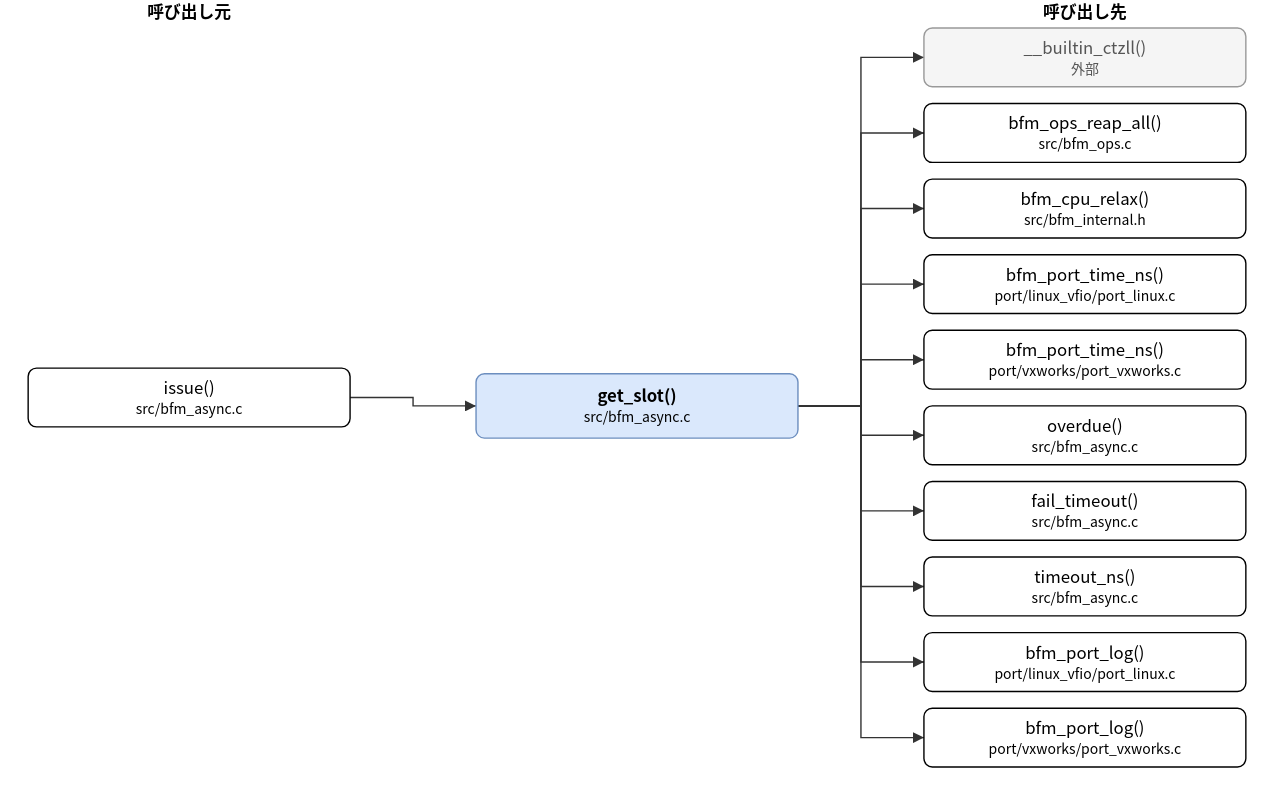
Earlier version of the draw.io export doc/spec/images/call_src_bfm_async-get_slot.drawio.svg (hf355051012-ai/bfmem). Source tidied: cells renumbered, new cells last; positions are measured from the earlier drawing's top-left corner, leaving out a move shared by most shapes. Source of this version:
```xml
<mxGraphModel>
  <root>
    <mxCell id="0" />
    <mxCell id="1" parent="0" />
    <mxCell id="2" value="get_slot()&lt;br&gt;&lt;font style=&quot;font-size:10px&quot;&gt;src/bfm_async.c&lt;/font&gt;" style="rounded=1;whiteSpace=wrap;html=1;fillColor=#dae8fc;strokeColor=#6c8ebf;fontStyle=1;" parent="1" vertex="1">
      <mxGeometry x="320" y="267" width="230" height="46" as="geometry" />
    </mxCell>
    <mxCell id="3" value="issue()&lt;br&gt;&lt;font style=&quot;font-size:10px&quot;&gt;src/bfm_async.c&lt;/font&gt;" style="rounded=1;whiteSpace=wrap;html=1;" parent="1" vertex="1">
      <mxGeometry y="263" width="230" height="42" as="geometry" />
    </mxCell>
    <mxCell id="4" value="__builtin_ctzll()&lt;br&gt;&lt;font style=&quot;font-size:10px&quot;&gt;外部&lt;/font&gt;" style="rounded=1;whiteSpace=wrap;html=1;fillColor=#f5f5f5;strokeColor=#999999;fontColor=#555555;" parent="1" vertex="1">
      <mxGeometry x="640" y="20" width="230" height="42" as="geometry" />
    </mxCell>
    <mxCell id="5" value="bfm_ops_reap_all()&lt;br&gt;&lt;font style=&quot;font-size:10px&quot;&gt;src/bfm_ops.c&lt;/font&gt;" style="rounded=1;whiteSpace=wrap;html=1;" parent="1" vertex="1">
      <mxGeometry x="640" y="74" width="230" height="42" as="geometry" />
    </mxCell>
    <mxCell id="6" value="bfm_cpu_relax()&lt;br&gt;&lt;font style=&quot;font-size:10px&quot;&gt;src/bfm_internal.h&lt;/font&gt;" style="rounded=1;whiteSpace=wrap;html=1;" parent="1" vertex="1">
      <mxGeometry x="640" y="128" width="230" height="42" as="geometry" />
    </mxCell>
    <mxCell id="7" value="bfm_port_time_ns()&lt;br&gt;&lt;font style=&quot;font-size:10px&quot;&gt;port/linux_vfio/port_linux.c&lt;/font&gt;" style="rounded=1;whiteSpace=wrap;html=1;" parent="1" vertex="1">
      <mxGeometry x="640" y="182" width="230" height="42" as="geometry" />
    </mxCell>
    <mxCell id="8" value="bfm_port_time_ns()&lt;br&gt;&lt;font style=&quot;font-size:10px&quot;&gt;port/vxworks/port_vxworks.c&lt;/font&gt;" style="rounded=1;whiteSpace=wrap;html=1;" parent="1" vertex="1">
      <mxGeometry x="640" y="236" width="230" height="42" as="geometry" />
    </mxCell>
    <mxCell id="9" value="overdue()&lt;br&gt;&lt;font style=&quot;font-size:10px&quot;&gt;src/bfm_async.c&lt;/font&gt;" style="rounded=1;whiteSpace=wrap;html=1;" parent="1" vertex="1">
      <mxGeometry x="640" y="290" width="230" height="42" as="geometry" />
    </mxCell>
    <mxCell id="10" value="fail_timeout()&lt;br&gt;&lt;font style=&quot;font-size:10px&quot;&gt;src/bfm_async.c&lt;/font&gt;" style="rounded=1;whiteSpace=wrap;html=1;" parent="1" vertex="1">
      <mxGeometry x="640" y="344" width="230" height="42" as="geometry" />
    </mxCell>
    <mxCell id="11" value="timeout_ns()&lt;br&gt;&lt;font style=&quot;font-size:10px&quot;&gt;src/bfm_async.c&lt;/font&gt;" style="rounded=1;whiteSpace=wrap;html=1;" parent="1" vertex="1">
      <mxGeometry x="640" y="398" width="230" height="42" as="geometry" />
    </mxCell>
    <mxCell id="12" value="bfm_port_log()&lt;br&gt;&lt;font style=&quot;font-size:10px&quot;&gt;port/linux_vfio/port_linux.c&lt;/font&gt;" style="rounded=1;whiteSpace=wrap;html=1;" parent="1" vertex="1">
      <mxGeometry x="640" y="452" width="230" height="42" as="geometry" />
    </mxCell>
    <mxCell id="13" value="bfm_port_log()&lt;br&gt;&lt;font style=&quot;font-size:10px&quot;&gt;port/vxworks/port_vxworks.c&lt;/font&gt;" style="rounded=1;whiteSpace=wrap;html=1;" parent="1" vertex="1">
      <mxGeometry x="640" y="506" width="230" height="42" as="geometry" />
    </mxCell>
    <mxCell id="14" style="edgeStyle=none;html=1;rounded=0;endArrow=block;endFill=1;exitX=1.0000;exitY=0.5000;exitDx=0;exitDy=0;exitPerimeter=0;entryX=0.0000;entryY=0.5000;entryDx=0;entryDy=0;entryPerimeter=0;" parent="1" edge="1" source="3" target="2">
      <mxGeometry relative="1" as="geometry">
        <Array as="points">
          <mxPoint x="275" y="284" />
          <mxPoint x="275" y="290" />
        </Array>
      </mxGeometry>
    </mxCell>
    <mxCell id="15" style="edgeStyle=none;html=1;rounded=0;endArrow=block;endFill=1;exitX=1.0000;exitY=0.5000;exitDx=0;exitDy=0;exitPerimeter=0;entryX=0.0000;entryY=0.5000;entryDx=0;entryDy=0;entryPerimeter=0;" parent="1" edge="1" source="2" target="4">
      <mxGeometry relative="1" as="geometry">
        <Array as="points">
          <mxPoint x="595" y="290" />
          <mxPoint x="595" y="41" />
        </Array>
      </mxGeometry>
    </mxCell>
    <mxCell id="16" style="edgeStyle=none;html=1;rounded=0;endArrow=block;endFill=1;exitX=1.0000;exitY=0.5000;exitDx=0;exitDy=0;exitPerimeter=0;entryX=0.0000;entryY=0.5000;entryDx=0;entryDy=0;entryPerimeter=0;" parent="1" edge="1" source="2" target="5">
      <mxGeometry relative="1" as="geometry">
        <Array as="points">
          <mxPoint x="595" y="290" />
          <mxPoint x="595" y="95" />
        </Array>
      </mxGeometry>
    </mxCell>
    <mxCell id="17" style="edgeStyle=none;html=1;rounded=0;endArrow=block;endFill=1;exitX=1.0000;exitY=0.5000;exitDx=0;exitDy=0;exitPerimeter=0;entryX=0.0000;entryY=0.5000;entryDx=0;entryDy=0;entryPerimeter=0;" parent="1" edge="1" source="2" target="6">
      <mxGeometry relative="1" as="geometry">
        <Array as="points">
          <mxPoint x="595" y="290" />
          <mxPoint x="595" y="149" />
        </Array>
      </mxGeometry>
    </mxCell>
    <mxCell id="18" style="edgeStyle=none;html=1;rounded=0;endArrow=block;endFill=1;exitX=1.0000;exitY=0.5000;exitDx=0;exitDy=0;exitPerimeter=0;entryX=0.0000;entryY=0.5000;entryDx=0;entryDy=0;entryPerimeter=0;" parent="1" edge="1" source="2" target="7">
      <mxGeometry relative="1" as="geometry">
        <Array as="points">
          <mxPoint x="595" y="290" />
          <mxPoint x="595" y="203" />
        </Array>
      </mxGeometry>
    </mxCell>
    <mxCell id="19" style="edgeStyle=none;html=1;rounded=0;endArrow=block;endFill=1;exitX=1.0000;exitY=0.5000;exitDx=0;exitDy=0;exitPerimeter=0;entryX=0.0000;entryY=0.5000;entryDx=0;entryDy=0;entryPerimeter=0;" parent="1" edge="1" source="2" target="8">
      <mxGeometry relative="1" as="geometry">
        <Array as="points">
          <mxPoint x="595" y="290" />
          <mxPoint x="595" y="257" />
        </Array>
      </mxGeometry>
    </mxCell>
    <mxCell id="20" style="edgeStyle=none;html=1;rounded=0;endArrow=block;endFill=1;exitX=1.0000;exitY=0.5000;exitDx=0;exitDy=0;exitPerimeter=0;entryX=0.0000;entryY=0.5000;entryDx=0;entryDy=0;entryPerimeter=0;" parent="1" edge="1" source="2" target="9">
      <mxGeometry relative="1" as="geometry">
        <Array as="points">
          <mxPoint x="595" y="290" />
          <mxPoint x="595" y="311" />
        </Array>
      </mxGeometry>
    </mxCell>
    <mxCell id="21" style="edgeStyle=none;html=1;rounded=0;endArrow=block;endFill=1;exitX=1.0000;exitY=0.5000;exitDx=0;exitDy=0;exitPerimeter=0;entryX=0.0000;entryY=0.5000;entryDx=0;entryDy=0;entryPerimeter=0;" parent="1" edge="1" source="2" target="10">
      <mxGeometry relative="1" as="geometry">
        <Array as="points">
          <mxPoint x="595" y="290" />
          <mxPoint x="595" y="365" />
        </Array>
      </mxGeometry>
    </mxCell>
    <mxCell id="22" style="edgeStyle=none;html=1;rounded=0;endArrow=block;endFill=1;exitX=1.0000;exitY=0.5000;exitDx=0;exitDy=0;exitPerimeter=0;entryX=0.0000;entryY=0.5000;entryDx=0;entryDy=0;entryPerimeter=0;" parent="1" edge="1" source="2" target="11">
      <mxGeometry relative="1" as="geometry">
        <Array as="points">
          <mxPoint x="595" y="290" />
          <mxPoint x="595" y="419" />
        </Array>
      </mxGeometry>
    </mxCell>
    <mxCell id="23" style="edgeStyle=none;html=1;rounded=0;endArrow=block;endFill=1;exitX=1.0000;exitY=0.5000;exitDx=0;exitDy=0;exitPerimeter=0;entryX=0.0000;entryY=0.5000;entryDx=0;entryDy=0;entryPerimeter=0;" parent="1" edge="1" source="2" target="12">
      <mxGeometry relative="1" as="geometry">
        <Array as="points">
          <mxPoint x="595" y="290" />
          <mxPoint x="595" y="473" />
        </Array>
      </mxGeometry>
    </mxCell>
    <mxCell id="24" style="edgeStyle=none;html=1;rounded=0;endArrow=block;endFill=1;exitX=1.0000;exitY=0.5000;exitDx=0;exitDy=0;exitPerimeter=0;entryX=0.0000;entryY=0.5000;entryDx=0;entryDy=0;entryPerimeter=0;" parent="1" edge="1" source="2" target="13">
      <mxGeometry relative="1" as="geometry">
        <Array as="points">
          <mxPoint x="595" y="290" />
          <mxPoint x="595" y="527" />
        </Array>
      </mxGeometry>
    </mxCell>
    <mxCell id="25" value="呼び出し元" style="text;html=1;align=center;fontStyle=1;" parent="1" vertex="1">
      <mxGeometry x="35" width="160" height="18" as="geometry" />
    </mxCell>
    <mxCell id="26" value="呼び出し先" style="text;html=1;align=center;fontStyle=1;" parent="1" vertex="1">
      <mxGeometry x="675" width="160" height="18" as="geometry" />
    </mxCell>
  </root>
</mxGraphModel>
```
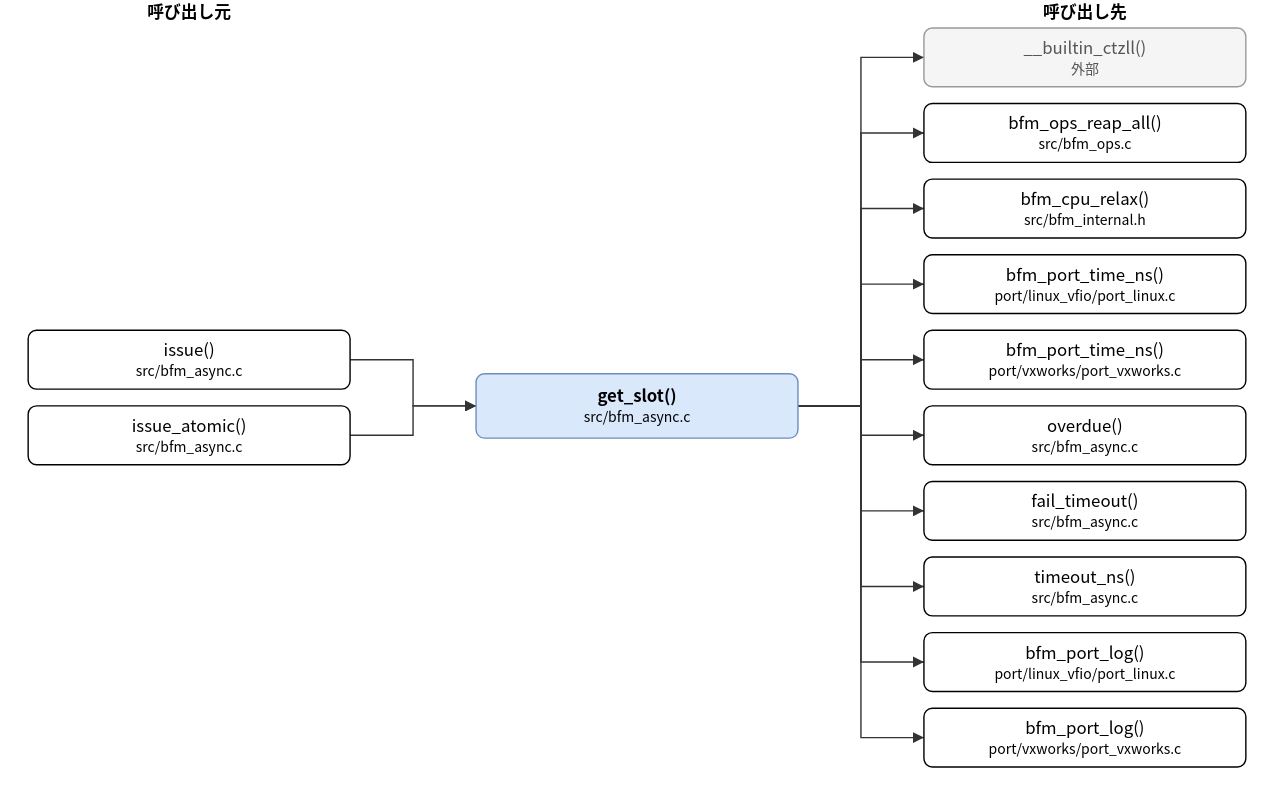
After the change.

What changed in the source:
```diff
@@ -6,8 +6,11 @@
       <mxGeometry x="320" y="267" width="230" height="46" as="geometry" />
     </mxCell>
     <mxCell id="3" value="issue()&lt;br&gt;&lt;font style=&quot;font-size:10px&quot;&gt;src/bfm_async.c&lt;/font&gt;" style="rounded=1;whiteSpace=wrap;html=1;" parent="1" vertex="1">
-      <mxGeometry y="263" width="230" height="42" as="geometry" />
+      <mxGeometry y="236" width="230" height="42" as="geometry" />
     </mxCell>
+    <mxCell id="27" value="issue_atomic()&lt;br&gt;&lt;font style=&quot;font-size:10px&quot;&gt;src/bfm_async.c&lt;/font&gt;" style="rounded=1;whiteSpace=wrap;html=1;" parent="1" vertex="1">
+      <mxGeometry y="290" width="230" height="42" as="geometry" />
+    </mxCell>
     <mxCell id="4" value="__builtin_ctzll()&lt;br&gt;&lt;font style=&quot;font-size:10px&quot;&gt;外部&lt;/font&gt;" style="rounded=1;whiteSpace=wrap;html=1;fillColor=#f5f5f5;strokeColor=#999999;fontColor=#555555;" parent="1" vertex="1">
       <mxGeometry x="640" y="20" width="230" height="42" as="geometry" />
     </mxCell>
@@ -41,91 +44,99 @@
     <mxCell id="14" style="edgeStyle=none;html=1;rounded=0;endArrow=block;endFill=1;exitX=1.0000;exitY=0.5000;exitDx=0;exitDy=0;exitPerimeter=0;entryX=0.0000;entryY=0.5000;entryDx=0;entryDy=0;entryPerimeter=0;" parent="1" edge="1" source="3" target="2">
       <mxGeometry relative="1" as="geometry">
         <Array as="points">
-          <mxPoint x="275" y="284" />
+          <mxPoint x="275" y="257" />
           <mxPoint x="275" y="290" />
         </Array>
       </mxGeometry>
     </mxCell>
-    <mxCell id="15" style="edgeStyle=none;html=1;rounded=0;endArrow=block;endFill=1;exitX=1.0000;exitY=0.5000;exitDx=0;exitDy=0;exitPerimeter=0;entryX=0.0000;entryY=0.5000;entryDx=0;entryDy=0;entryPerimeter=0;" parent="1" edge="1" source="2" target="4">
+    <mxCell id="15" style="edgeStyle=none;html=1;rounded=0;endArrow=block;endFill=1;exitX=1.0000;exitY=0.5000;exitDx=0;exitDy=0;exitPerimeter=0;entryX=0.0000;entryY=0.5000;entryDx=0;entryDy=0;entryPerimeter=0;" parent="1" edge="1" source="27" target="2">
       <mxGeometry relative="1" as="geometry">
         <Array as="points">
-          <mxPoint x="595" y="290" />
-          <mxPoint x="595" y="41" />
+          <mxPoint x="275" y="311" />
+          <mxPoint x="275" y="290" />
         </Array>
       </mxGeometry>
     </mxCell>
-    <mxCell id="16" style="edgeStyle=none;html=1;rounded=0;endArrow=block;endFill=1;exitX=1.0000;exitY=0.5000;exitDx=0;exitDy=0;exitPerimeter=0;entryX=0.0000;entryY=0.5000;entryDx=0;entryDy=0;entryPerimeter=0;" parent="1" edge="1" source="2" target="5">
+    <mxCell id="16" style="edgeStyle=none;html=1;rounded=0;endArrow=block;endFill=1;exitX=1.0000;exitY=0.5000;exitDx=0;exitDy=0;exitPerimeter=0;entryX=0.0000;entryY=0.5000;entryDx=0;entryDy=0;entryPerimeter=0;" parent="1" edge="1" source="2" target="4">
       <mxGeometry relative="1" as="geometry">
         <Array as="points">
           <mxPoint x="595" y="290" />
-          <mxPoint x="595" y="95" />
+          <mxPoint x="595" y="41" />
         </Array>
       </mxGeometry>
     </mxCell>
-    <mxCell id="17" style="edgeStyle=none;html=1;rounded=0;endArrow=block;endFill=1;exitX=1.0000;exitY=0.5000;exitDx=0;exitDy=0;exitPerimeter=0;entryX=0.0000;entryY=0.5000;entryDx=0;entryDy=0;entryPerimeter=0;" parent="1" edge="1" source="2" target="6">
+    <mxCell id="17" style="edgeStyle=none;html=1;rounded=0;endArrow=block;endFill=1;exitX=1.0000;exitY=0.5000;exitDx=0;exitDy=0;exitPerimeter=0;entryX=0.0000;entryY=0.5000;entryDx=0;entryDy=0;entryPerimeter=0;" parent="1" edge="1" source="2" target="5">
       <mxGeometry relative="1" as="geometry">
         <Array as="points">
           <mxPoint x="595" y="290" />
-          <mxPoint x="595" y="149" />
+          <mxPoint x="595" y="95" />
         </Array>
       </mxGeometry>
     </mxCell>
-    <mxCell id="18" style="edgeStyle=none;html=1;rounded=0;endArrow=block;endFill=1;exitX=1.0000;exitY=0.5000;exitDx=0;exitDy=0;exitPerimeter=0;entryX=0.0000;entryY=0.5000;entryDx=0;entryDy=0;entryPerimeter=0;" parent="1" edge="1" source="2" target="7">
+    <mxCell id="18" style="edgeStyle=none;html=1;rounded=0;endArrow=block;endFill=1;exitX=1.0000;exitY=0.5000;exitDx=0;exitDy=0;exitPerimeter=0;entryX=0.0000;entryY=0.5000;entryDx=0;entryDy=0;entryPerimeter=0;" parent="1" edge="1" source="2" target="6">
       <mxGeometry relative="1" as="geometry">
         <Array as="points">
           <mxPoint x="595" y="290" />
-          <mxPoint x="595" y="203" />
+          <mxPoint x="595" y="149" />
         </Array>
       </mxGeometry>
     </mxCell>
-    <mxCell id="19" style="edgeStyle=none;html=1;rounded=0;endArrow=block;endFill=1;exitX=1.0000;exitY=0.5000;exitDx=0;exitDy=0;exitPerimeter=0;entryX=0.0000;entryY=0.5000;entryDx=0;entryDy=0;entryPerimeter=0;" parent="1" edge="1" source="2" target="8">
+    <mxCell id="19" style="edgeStyle=none;html=1;rounded=0;endArrow=block;endFill=1;exitX=1.0000;exitY=0.5000;exitDx=0;exitDy=0;exitPerimeter=0;entryX=0.0000;entryY=0.5000;entryDx=0;entryDy=0;entryPerimeter=0;" parent="1" edge="1" source="2" target="7">
       <mxGeometry relative="1" as="geometry">
         <Array as="points">
           <mxPoint x="595" y="290" />
-          <mxPoint x="595" y="257" />
+          <mxPoint x="595" y="203" />
         </Array>
       </mxGeometry>
     </mxCell>
-    <mxCell id="20" style="edgeStyle=none;html=1;rounded=0;endArrow=block;endFill=1;exitX=1.0000;exitY=0.5000;exitDx=0;exitDy=0;exitPerimeter=0;entryX=0.0000;entryY=0.5000;entryDx=0;entryDy=0;entryPerimeter=0;" parent="1" edge="1" source="2" target="9">
+    <mxCell id="20" style="edgeStyle=none;html=1;rounded=0;endArrow=block;endFill=1;exitX=1.0000;exitY=0.5000;exitDx=0;exitDy=0;exitPerimeter=0;entryX=0.0000;entryY=0.5000;entryDx=0;entryDy=0;entryPerimeter=0;" parent="1" edge="1" source="2" target="8">
       <mxGeometry relative="1" as="geometry">
         <Array as="points">
           <mxPoint x="595" y="290" />
-          <mxPoint x="595" y="311" />
+          <mxPoint x="595" y="257" />
         </Array>
       </mxGeometry>
     </mxCell>
-    <mxCell id="21" style="edgeStyle=none;html=1;rounded=0;endArrow=block;endFill=1;exitX=1.0000;exitY=0.5000;exitDx=0;exitDy=0;exitPerimeter=0;entryX=0.0000;entryY=0.5000;entryDx=0;entryDy=0;entryPerimeter=0;" parent="1" edge="1" source="2" target="10">
+    <mxCell id="21" style="edgeStyle=none;html=1;rounded=0;endArrow=block;endFill=1;exitX=1.0000;exitY=0.5000;exitDx=0;exitDy=0;exitPerimeter=0;entryX=0.0000;entryY=0.5000;entryDx=0;entryDy=0;entryPerimeter=0;" parent="1" edge="1" source="2" target="9">
       <mxGeometry relative="1" as="geometry">
         <Array as="points">
           <mxPoint x="595" y="290" />
-          <mxPoint x="595" y="365" />
+          <mxPoint x="595" y="311" />
         </Array>
       </mxGeometry>
     </mxCell>
-    <mxCell id="22" style="edgeStyle=none;html=1;rounded=0;endArrow=block;endFill=1;exitX=1.0000;exitY=0.5000;exitDx=0;exitDy=0;exitPerimeter=0;entryX=0.0000;entryY=0.5000;entryDx=0;entryDy=0;entryPerimeter=0;" parent="1" edge="1" source="2" target="11">
+    <mxCell id="22" style="edgeStyle=none;html=1;rounded=0;endArrow=block;endFill=1;exitX=1.0000;exitY=0.5000;exitDx=0;exitDy=0;exitPerimeter=0;entryX=0.0000;entryY=0.5000;entryDx=0;entryDy=0;entryPerimeter=0;" parent="1" edge="1" source="2" target="10">
       <mxGeometry relative="1" as="geometry">
         <Array as="points">
           <mxPoint x="595" y="290" />
-          <mxPoint x="595" y="419" />
+          <mxPoint x="595" y="365" />
         </Array>
       </mxGeometry>
     </mxCell>
-    <mxCell id="23" style="edgeStyle=none;html=1;rounded=0;endArrow=block;endFill=1;exitX=1.0000;exitY=0.5000;exitDx=0;exitDy=0;exitPerimeter=0;entryX=0.0000;entryY=0.5000;entryDx=0;entryDy=0;entryPerimeter=0;" parent="1" edge="1" source="2" target="12">
+    <mxCell id="23" style="edgeStyle=none;html=1;rounded=0;endArrow=block;endFill=1;exitX=1.0000;exitY=0.5000;exitDx=0;exitDy=0;exitPerimeter=0;entryX=0.0000;entryY=0.5000;entryDx=0;entryDy=0;entryPerimeter=0;" parent="1" edge="1" source="2" target="11">
       <mxGeometry relative="1" as="geometry">
         <Array as="points">
           <mxPoint x="595" y="290" />
-          <mxPoint x="595" y="473" />
+          <mxPoint x="595" y="419" />
         </Array>
       </mxGeometry>
     </mxCell>
-    <mxCell id="24" style="edgeStyle=none;html=1;rounded=0;endArrow=block;endFill=1;exitX=1.0000;exitY=0.5000;exitDx=0;exitDy=0;exitPerimeter=0;entryX=0.0000;entryY=0.5000;entryDx=0;entryDy=0;entryPerimeter=0;" parent="1" edge="1" source="2" target="13">
+    <mxCell id="24" style="edgeStyle=none;html=1;rounded=0;endArrow=block;endFill=1;exitX=1.0000;exitY=0.5000;exitDx=0;exitDy=0;exitPerimeter=0;entryX=0.0000;entryY=0.5000;entryDx=0;entryDy=0;entryPerimeter=0;" parent="1" edge="1" source="2" target="12">
       <mxGeometry relative="1" as="geometry">
         <Array as="points">
           <mxPoint x="595" y="290" />
-          <mxPoint x="595" y="527" />
+          <mxPoint x="595" y="473" />
         </Array>
       </mxGeometry>
     </mxCell>
+    <mxCell id="28" style="edgeStyle=none;html=1;rounded=0;endArrow=block;endFill=1;exitX=1.0000;exitY=0.5000;exitDx=0;exitDy=0;exitPerimeter=0;entryX=0.0000;entryY=0.5000;entryDx=0;entryDy=0;entryPerimeter=0;" parent="1" edge="1" source="2" target="13">
+      <mxGeometry relative="1" as="geometry">
+        <Array as="points">
+          <mxPoint x="595" y="290" />
+          <mxPoint x="595" y="527" />
+        </Array>
+      </mxGeometry>
+    </mxCell>
     <mxCell id="25" value="呼び出し元" style="text;html=1;align=center;fontStyle=1;" parent="1" vertex="1">
       <mxGeometry x="35" width="160" height="18" as="geometry" />
     </mxCell>
```
